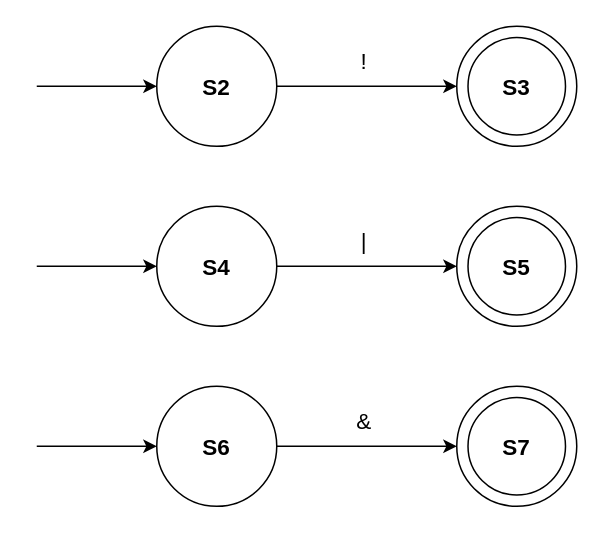
Earlier version of the draw.io diagram logicOperators.drawio (MonaJea-Ng/Projects). Source tidied: cells renumbered, new cells numbered last; positions are measured from the earlier drawing's top-left corner, leaving out a move shared by most shapes. Both pictures are drawn from the tidied source at 150%, with x=0, y=0 at pixel (36, 26).
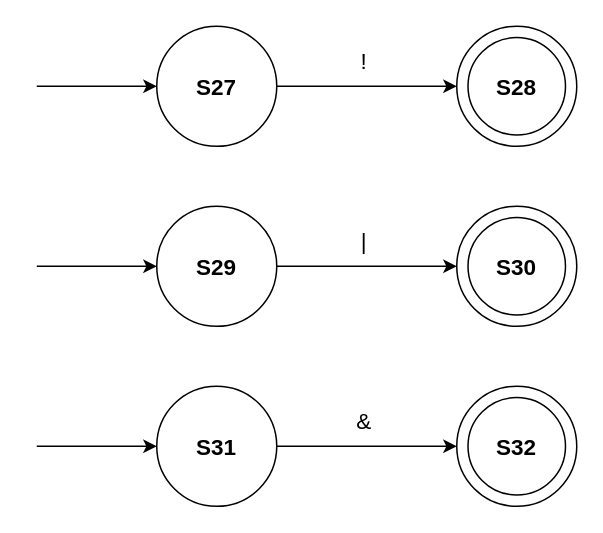
The same page after the edit.

What changed in the source:
```diff
@@
-    <mxCell id="7" value="&lt;b style=&quot;font-size: 15px;&quot;&gt;S2&lt;/b&gt;" style="text;html=1;strokeColor=none;fillColor=none;align=center;verticalAlign=middle;whiteSpace=wrap;rounded=0;fontSize=15;" parent="1" vertex="1">
+    <mxCell id="7" value="&lt;b style=&quot;font-size: 15px;&quot;&gt;S27&lt;/b&gt;" style="text;html=1;strokeColor=none;fillColor=none;align=center;verticalAlign=middle;whiteSpace=wrap;rounded=0;fontSize=15;" parent="1" vertex="1">
       <mxGeometry x="90" y="25" width="60" height="30" as="geometry" />
     </mxCell>
-    <mxCell id="8" value="&lt;b&gt;&lt;font style=&quot;font-size: 15px;&quot;&gt;S3&lt;/font&gt;&lt;/b&gt;" style="text;html=1;strokeColor=none;fillColor=none;align=center;verticalAlign=middle;whiteSpace=wrap;rounded=0;" parent="1" vertex="1">
+    <mxCell id="8" value="&lt;b&gt;&lt;font style=&quot;font-size: 15px;&quot;&gt;S28&lt;/font&gt;&lt;/b&gt;" style="text;html=1;strokeColor=none;fillColor=none;align=center;verticalAlign=middle;whiteSpace=wrap;rounded=0;" parent="1" vertex="1">
       <mxGeometry x="290" y="25" width="60" height="30" as="geometry" />
     </mxCell>
@@
-    <mxCell id="15" value="&lt;b style=&quot;font-size: 15px;&quot;&gt;S4&lt;/b&gt;" style="text;html=1;strokeColor=none;fillColor=none;align=center;verticalAlign=middle;whiteSpace=wrap;rounded=0;fontSize=15;" parent="1" vertex="1">
+    <mxCell id="15" value="&lt;b style=&quot;font-size: 15px;&quot;&gt;S29&lt;/b&gt;" style="text;html=1;strokeColor=none;fillColor=none;align=center;verticalAlign=middle;whiteSpace=wrap;rounded=0;fontSize=15;" parent="1" vertex="1">
       <mxGeometry x="90" y="145" width="60" height="30" as="geometry" />
     </mxCell>
-    <mxCell id="16" value="&lt;b&gt;&lt;font style=&quot;font-size: 15px;&quot;&gt;S5&lt;/font&gt;&lt;/b&gt;" style="text;html=1;strokeColor=none;fillColor=none;align=center;verticalAlign=middle;whiteSpace=wrap;rounded=0;" parent="1" vertex="1">
+    <mxCell id="16" value="&lt;b&gt;&lt;font style=&quot;font-size: 15px;&quot;&gt;S30&lt;/font&gt;&lt;/b&gt;" style="text;html=1;strokeColor=none;fillColor=none;align=center;verticalAlign=middle;whiteSpace=wrap;rounded=0;" parent="1" vertex="1">
       <mxGeometry x="290" y="145" width="60" height="30" as="geometry" />
     </mxCell>
@@
-    <mxCell id="23" value="&lt;b style=&quot;font-size: 15px;&quot;&gt;S6&lt;/b&gt;" style="text;html=1;strokeColor=none;fillColor=none;align=center;verticalAlign=middle;whiteSpace=wrap;rounded=0;fontSize=15;" parent="1" vertex="1">
+    <mxCell id="23" value="&lt;b style=&quot;font-size: 15px;&quot;&gt;S31&lt;/b&gt;" style="text;html=1;strokeColor=none;fillColor=none;align=center;verticalAlign=middle;whiteSpace=wrap;rounded=0;fontSize=15;" parent="1" vertex="1">
       <mxGeometry x="90" y="265" width="60" height="30" as="geometry" />
     </mxCell>
-    <mxCell id="24" value="&lt;b&gt;&lt;font style=&quot;font-size: 15px;&quot;&gt;S7&lt;/font&gt;&lt;/b&gt;" style="text;html=1;strokeColor=none;fillColor=none;align=center;verticalAlign=middle;whiteSpace=wrap;rounded=0;" parent="1" vertex="1">
+    <mxCell id="24" value="&lt;b&gt;&lt;font style=&quot;font-size: 15px;&quot;&gt;S32&lt;/font&gt;&lt;/b&gt;" style="text;html=1;strokeColor=none;fillColor=none;align=center;verticalAlign=middle;whiteSpace=wrap;rounded=0;" parent="1" vertex="1">
       <mxGeometry x="290" y="265" width="60" height="30" as="geometry" />
     </mxCell>
```
